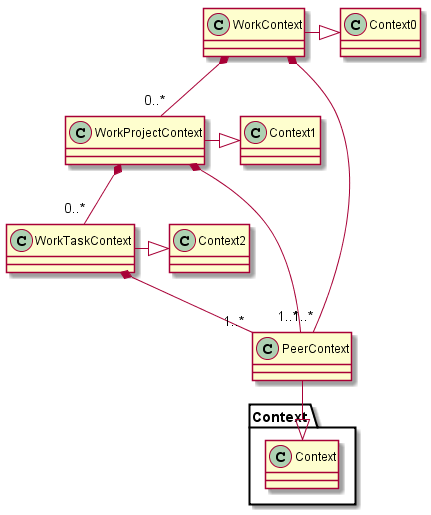
Before: docs/Deliverable_52/applications_doc/smart-contextual-assistance/work-context-design.png, a diagram exported from PlantUML (reTHINK-project/scenario-service-implementation).
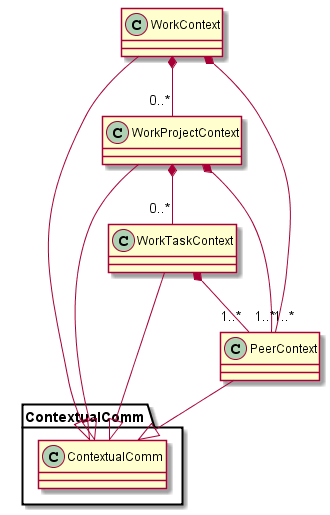
After the commit.

Change to the diagram source:
```diff
@@ -12,19 +12,19 @@
   class PeerContext {
   }
 
-  WorkContext -|> Context0
+  WorkContext -|> ContextualComm.ContextualComm
 
 	WorkContext *-down- "0..*" WorkProjectContext
 	WorkProjectContext *-down- "0..*" WorkTaskContext
 
 
-  WorkProjectContext -|> Context1
-  WorkTaskContext -|> Context2
+  WorkProjectContext -|> ContextualComm.ContextualComm
+  WorkTaskContext -|> ContextualComm.ContextualComm
 
 	WorkTaskContext *-- "1..*" PeerContext
 	WorkProjectContext *-- "1..*" PeerContext
 	WorkContext *-- "1..*" PeerContext
 
-	PeerContext -|> Context.Context
+	PeerContext -|> ContextualComm.ContextualComm
 
 @enduml
```
